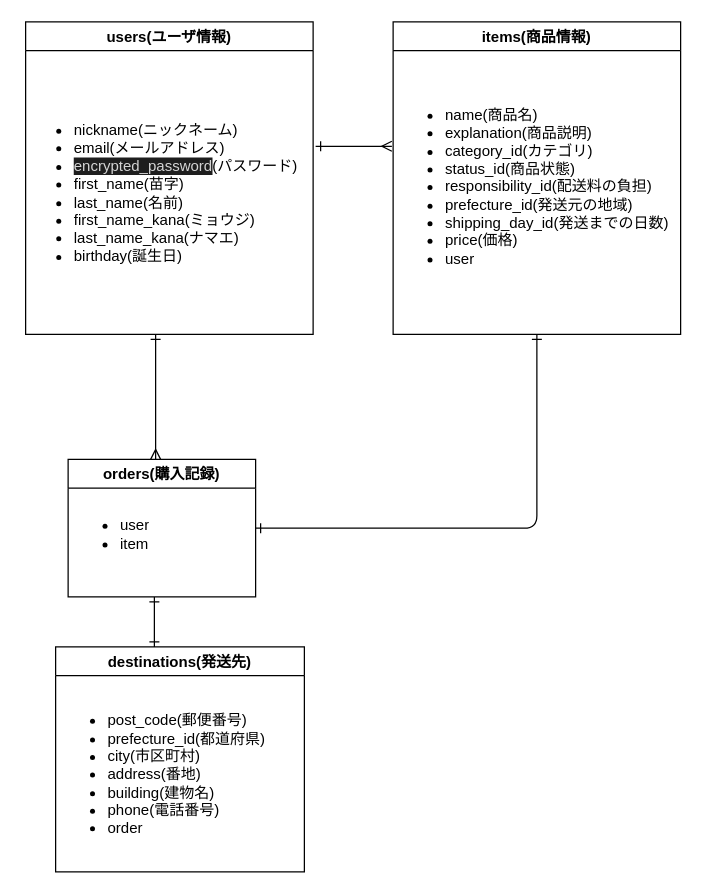
The draw.io diagram test.dio in naoya1215/furima-37272, before the edit. Source tidied: cells renumbered, new cells numbered last; positions are measured from the earlier drawing's top-left corner, leaving out a move shared by most shapes. Both pictures are drawn from the tidied source at 125%, with x=0, y=0 at pixel (21, 21).
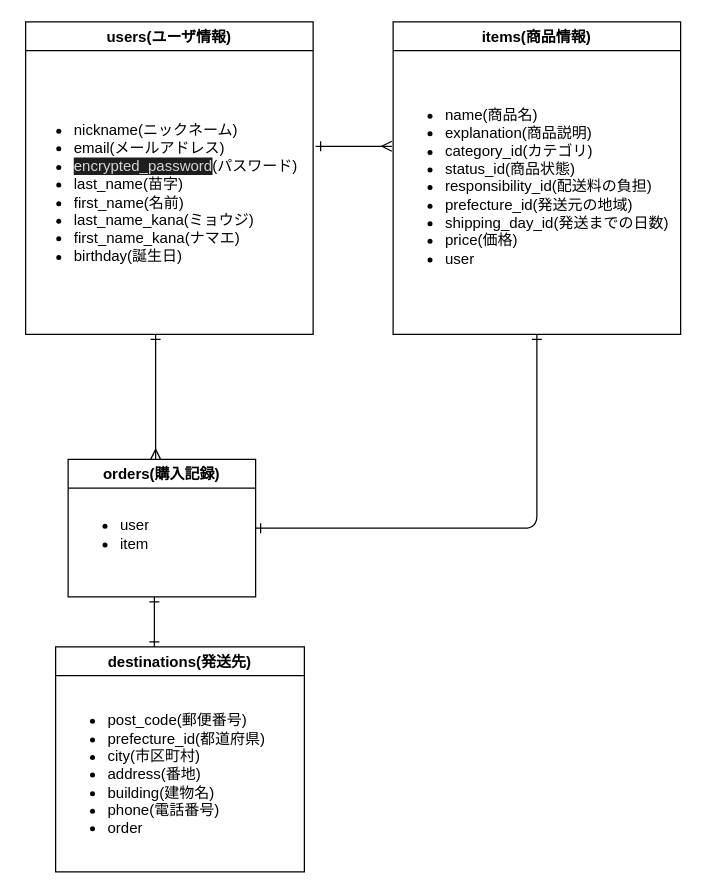
Above is the later version.

The edit, as a diff of the source:
```diff
@@
 <mxGraphModel>
   <root>
     <mxCell id="0" />
     <mxCell id="1" parent="0" />
     <mxCell id="2" value="users(ユーザ情報)" style="swimlane;" parent="1" vertex="1">
       <mxGeometry x="3" width="230" height="250" as="geometry" />
     </mxCell>
-    <mxCell id="3" value="&lt;ul&gt;&lt;li&gt;nickname(ニックネーム)&lt;/li&gt;&lt;li&gt;email(メールアドレス)&lt;/li&gt;&lt;li&gt;&lt;span style=&quot;background-color: rgb(30 , 30 , 30) ; color: rgb(212 , 212 , 212)&quot;&gt;encrypted_password&lt;/span&gt;(パスワード)&lt;/li&gt;&lt;li&gt;first_name(苗字)&lt;/li&gt;&lt;li&gt;last_name(名前)&lt;/li&gt;&lt;li&gt;first_name_kana(ミョウジ)&lt;/li&gt;&lt;li&gt;last_name_kana(ナマエ)&lt;/li&gt;&lt;li&gt;birthday(誕生日)&lt;/li&gt;&lt;/ul&gt;" style="text;strokeColor=none;fillColor=none;html=1;whiteSpace=wrap;verticalAlign=middle;overflow=hidden;" parent="2" vertex="1">
+    <mxCell id="3" value="&lt;ul&gt;&lt;li&gt;nickname(ニックネーム)&lt;/li&gt;&lt;li&gt;email(メールアドレス)&lt;/li&gt;&lt;li&gt;&lt;span style=&quot;background-color: rgb(30 , 30 , 30) ; color: rgb(212 , 212 , 212)&quot;&gt;encrypted_password&lt;/span&gt;(パスワード)&lt;/li&gt;&lt;li&gt;last_name(苗字)&lt;/li&gt;&lt;li&gt;first_name(名前)&lt;/li&gt;&lt;li&gt;last_name_kana(ミョウジ)&lt;/li&gt;&lt;li&gt;first_name_kana(ナマエ)&lt;/li&gt;&lt;li&gt;birthday(誕生日)&lt;/li&gt;&lt;/ul&gt;" style="text;strokeColor=none;fillColor=none;html=1;whiteSpace=wrap;verticalAlign=middle;overflow=hidden;" parent="2" vertex="1">
       <mxGeometry x="-3" y="23" width="230" height="227" as="geometry" />
     </mxCell>
     <mxCell id="4" value="items(商品情報)" style="swimlane;fillColor=none;" parent="1" vertex="1">
       <mxGeometry x="297" width="230" height="250" as="geometry" />
     </mxCell>
     <mxCell id="5" value="&lt;ul&gt;&lt;li&gt;name(商品名)&lt;/li&gt;&lt;li&gt;explanation(商品説明)&lt;br&gt;&lt;/li&gt;&lt;li&gt;category_id(カテゴリ)&lt;br&gt;&lt;/li&gt;&lt;li&gt;status_id(商品状態)&lt;/li&gt;&lt;li&gt;responsibility_id(配送料の負担)&lt;/li&gt;&lt;li&gt;prefecture_id(発送元の地域)&lt;/li&gt;&lt;li&gt;shipping_day_id(発送までの日数)&lt;/li&gt;&lt;li&gt;price(価格)&lt;/li&gt;&lt;li&gt;user&lt;/li&gt;&lt;/ul&gt;" style="text;strokeColor=none;fillColor=none;html=1;whiteSpace=wrap;verticalAlign=middle;overflow=hidden;" parent="4" vertex="1">
       <mxGeometry y="23" width="230" height="217" as="geometry" />
     </mxCell>
     <mxCell id="6" value="orders(購入記録)" style="swimlane;fillColor=none;" parent="1" vertex="1">
       <mxGeometry x="37" y="350" width="150" height="110" as="geometry" />
     </mxCell>
     <mxCell id="7" value="&lt;ul&gt;&lt;li&gt;&lt;span&gt;user&lt;/span&gt;&lt;br&gt;&lt;/li&gt;&lt;li&gt;item&lt;/li&gt;&lt;/ul&gt;" style="text;strokeColor=none;fillColor=none;html=1;whiteSpace=wrap;verticalAlign=middle;overflow=hidden;" parent="6" vertex="1">
       <mxGeometry y="21.5" width="140" height="77" as="geometry" />
     </mxCell>
     <mxCell id="8" value="destinations(発送先)" style="swimlane;fillColor=none;startSize=23;" parent="1" vertex="1">
       <mxGeometry x="27" y="500" width="199" height="180" as="geometry" />
     </mxCell>
     <mxCell id="9" value="&lt;ul&gt;&lt;li&gt;post_code(郵便番号)&lt;/li&gt;&lt;li&gt;prefecture_id(都道府県)&lt;br&gt;&lt;/li&gt;&lt;li&gt;city(市区町村)&lt;/li&gt;&lt;li&gt;address(番地)&lt;/li&gt;&lt;li&gt;building(建物名)&lt;/li&gt;&lt;li&gt;phone(電話番号)&lt;/li&gt;&lt;li&gt;order&lt;/li&gt;&lt;/ul&gt;" style="text;strokeColor=none;fillColor=none;html=1;whiteSpace=wrap;verticalAlign=middle;overflow=hidden;" parent="8" vertex="1">
       <mxGeometry y="23" width="180" height="157" as="geometry" />
     </mxCell>
     <mxCell id="10" style="edgeStyle=none;html=1;entryX=1.013;entryY=0.357;entryDx=0;entryDy=0;endArrow=ERone;endFill=0;startArrow=ERmany;startFill=0;entryPerimeter=0;" parent="1" edge="1">
       <mxGeometry relative="1" as="geometry">
         <mxPoint x="296" y="99.5" as="sourcePoint" />
         <mxPoint x="235" y="99.5" as="targetPoint" />
       </mxGeometry>
     </mxCell>
     <mxCell id="11" style="edgeStyle=none;html=1;endArrow=ERone;endFill=0;startArrow=ERmany;startFill=0;exitX=0.426;exitY=0;exitDx=0;exitDy=0;exitPerimeter=0;" parent="1" edge="1">
       <mxGeometry relative="1" as="geometry">
         <mxPoint x="107" y="350" as="sourcePoint" />
         <mxPoint x="107" y="250" as="targetPoint" />
       </mxGeometry>
     </mxCell>
     <mxCell id="12" style="edgeStyle=none;html=1;endArrow=ERone;endFill=0;startArrow=ERone;startFill=0;exitX=1;exitY=0.5;exitDx=0;exitDy=0;entryX=0.5;entryY=1;entryDx=0;entryDy=0;" parent="1" edge="1" source="6" target="4">
       <mxGeometry relative="1" as="geometry">
         <Array as="points">
           <mxPoint x="412" y="405" />
         </Array>
       </mxGeometry>
     </mxCell>
     <mxCell id="13" style="edgeStyle=none;html=1;endArrow=ERone;endFill=0;startArrow=ERone;startFill=0;" parent="1" edge="1">
       <mxGeometry relative="1" as="geometry">
         <mxPoint x="106" y="500" as="sourcePoint" />
         <mxPoint x="106" y="460" as="targetPoint" />
         <Array as="points">
           <mxPoint x="106" y="480" />
         </Array>
       </mxGeometry>
     </mxCell>
   </root>
 </mxGraphModel>
```
